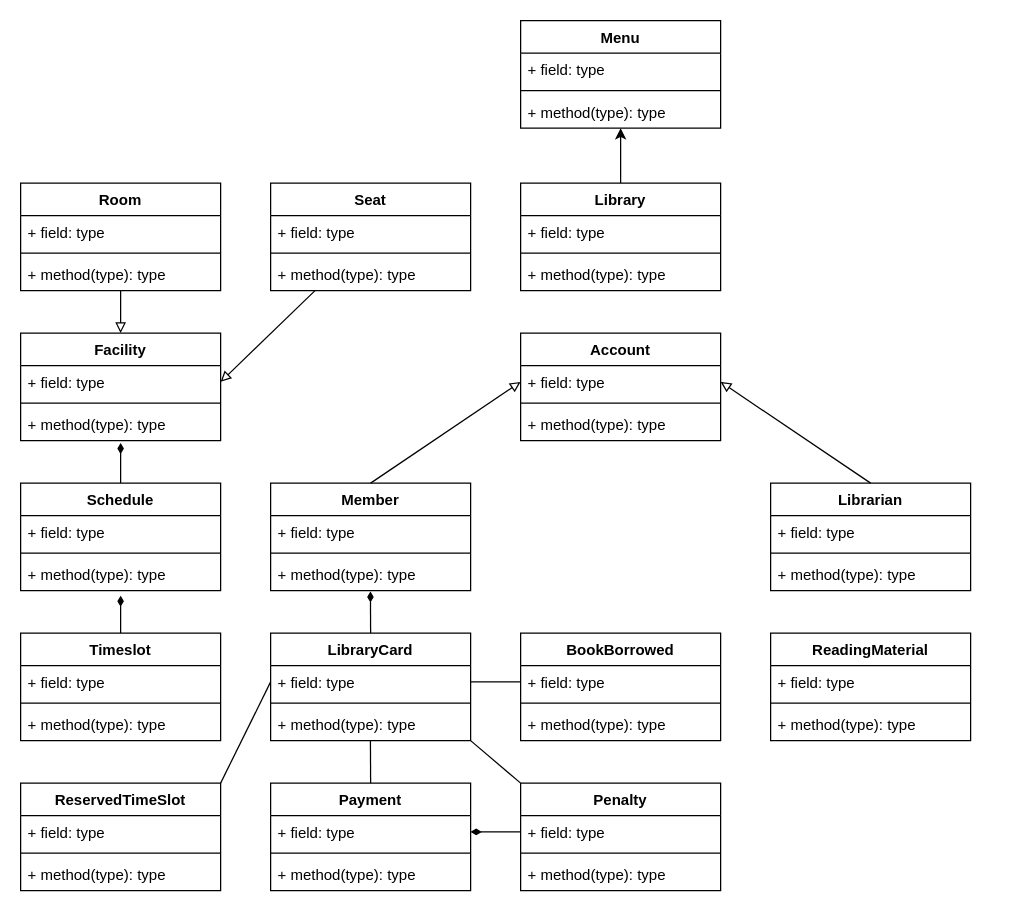
FenrirChiew/HoloLib keeps this draw.io diagram as Class Diagram - Library System.drawio. Above is the earlier version. Source tidied: cells renumbered, new cells numbered last; positions are measured from the earlier drawing's top-left corner, leaving out a move shared by most shapes. Both pictures are drawn from the tidied source at 125%, with x=0, y=0 at pixel (20, 20).
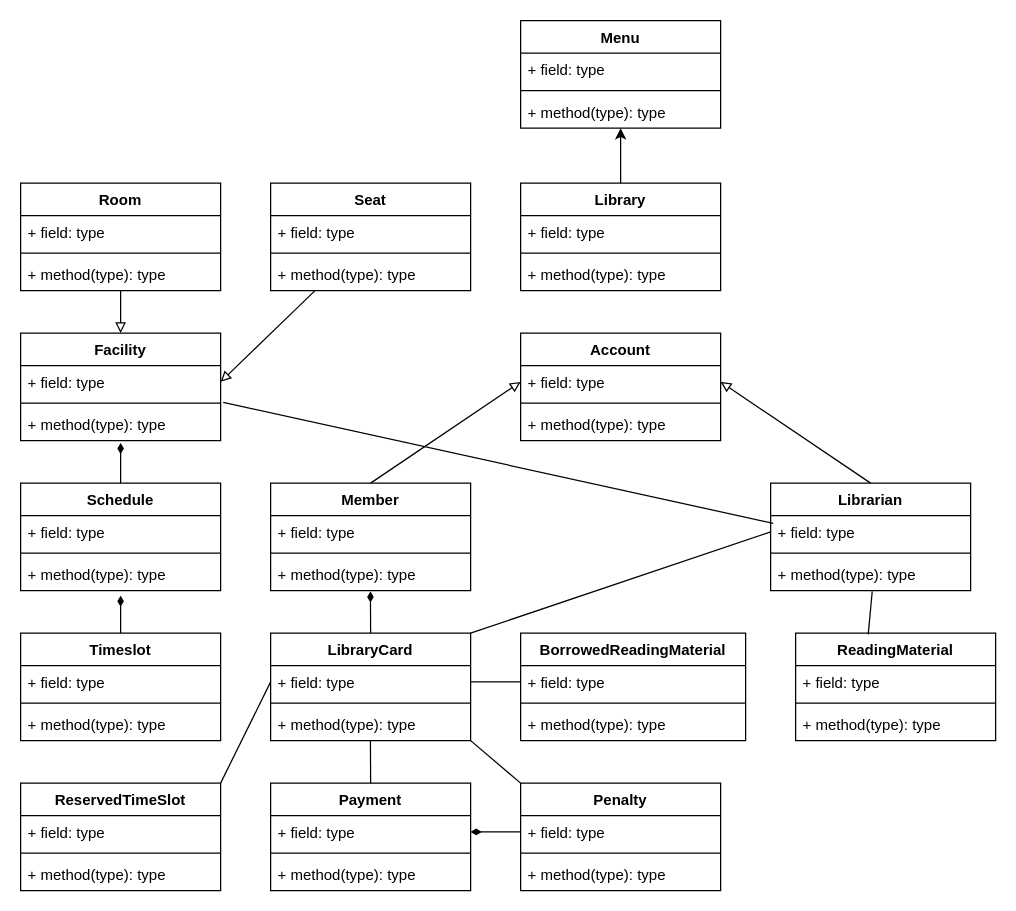
The same diagram, later.

Commit message:
update class diagram

Unchanged cells that the change refers to:
```xml
<mxCell id="13" value="+ field: type" style="text;strokeColor=none;fillColor=none;align=left;verticalAlign=top;spacingLeft=4;spacingRight=4;overflow=hidden;points=[[0,0.5],[1,0.5]];portConstraint=eastwest;" parent="12" vertex="1">
  <mxGeometry y="26" width="160" height="26" as="geometry" />
</mxCell>
<mxCell id="26" value="+ field: type" style="text;strokeColor=none;fillColor=none;align=left;verticalAlign=top;spacingLeft=4;spacingRight=4;overflow=hidden;points=[[0,0.5],[1,0.5]];portConstraint=eastwest;" parent="25" vertex="1">
  <mxGeometry y="26" width="160" height="26" as="geometry" />
</mxCell>
<mxCell id="28" value="+ method(type): type" style="text;strokeColor=none;fillColor=none;align=left;verticalAlign=top;spacingLeft=4;spacingRight=4;overflow=hidden;points=[[0,0.5],[1,0.5]];portConstraint=eastwest;" parent="25" vertex="1">
  <mxGeometry y="60" width="160" height="26" as="geometry" />
</mxCell>
<mxCell id="34" value="LibraryCard" style="swimlane;fontStyle=1;align=center;verticalAlign=top;horizontal=1;startSize=26;" parent="1" vertex="1">
  <mxGeometry x="200" y="490" width="160" height="86" as="geometry" />
</mxCell>
```

The edit, as a diff of the source:
```diff
@@
     <mxCell id="48" value="ReadingMaterial" style="swimlane;fontStyle=1;align=center;verticalAlign=top;horizontal=1;startSize=26;" parent="1" vertex="1">
-      <mxGeometry x="600" y="490" width="160" height="86" as="geometry" />
+      <mxGeometry x="620" y="490" width="160" height="86" as="geometry" />
     </mxCell>
@@
-    <mxCell id="70" value="BookBorrowed" style="swimlane;fontStyle=1;align=center;verticalAlign=top;horizontal=1;startSize=26;" parent="1" vertex="1">
-      <mxGeometry x="400" y="490" width="160" height="86" as="geometry" />
+    <mxCell id="70" value="BorrowedReadingMaterial" style="swimlane;fontStyle=1;align=center;verticalAlign=top;horizontal=1;startSize=26;" parent="1" vertex="1">
+      <mxGeometry x="400" y="490" width="180" height="86" as="geometry" />
     </mxCell>
     <mxCell id="71" value="+ field: type" style="text;strokeColor=none;fillColor=none;align=left;verticalAlign=top;spacingLeft=4;spacingRight=4;overflow=hidden;points=[[0,0.5],[1,0.5]];portConstraint=eastwest;" parent="70" vertex="1">
-      <mxGeometry y="26" width="160" height="26" as="geometry" />
+      <mxGeometry y="26" width="180" height="26" as="geometry" />
     </mxCell>
     <mxCell id="72" style="line;strokeWidth=1;fillColor=none;align=left;verticalAlign=middle;spacingTop=-1;spacingLeft=3;spacingRight=3;labelPosition=right;" parent="70" vertex="1">
-      <mxGeometry y="52" width="160" height="8" as="geometry" />
+      <mxGeometry y="52" width="180" height="8" as="geometry" />
     </mxCell>
     <mxCell id="73" value="+ method(type): type" style="text;strokeColor=none;fillColor=none;align=left;verticalAlign=top;spacingLeft=4;spacingRight=4;overflow=hidden;" parent="70" vertex="1">
-      <mxGeometry y="60" width="160" height="26" as="geometry" />
+      <mxGeometry y="60" width="180" height="26" as="geometry" />
     </mxCell>
@@
+    <mxCell id="79" style="endArrow=none;html=1;exitX=1;exitY=0;exitDx=0;exitDy=0;entryX=0;entryY=0.5;entryDx=0;entryDy=0;" parent="1" edge="1" source="34" target="26">
+      <mxGeometry relative="1" as="geometry" />
+    </mxCell>
+    <mxCell id="80" style="endArrow=none;html=1;exitX=0.508;exitY=1.023;exitDx=0;exitDy=0;exitPerimeter=0;entryX=0.363;entryY=0.012;entryDx=0;entryDy=0;entryPerimeter=0;" parent="1" edge="1" source="28" target="48">
+      <mxGeometry relative="1" as="geometry" />
+    </mxCell>
+    <mxCell id="81" style="endArrow=none;html=1;exitX=1.013;exitY=1.131;exitDx=0;exitDy=0;exitPerimeter=0;entryX=0.013;entryY=0.238;entryDx=0;entryDy=0;entryPerimeter=0;" parent="1" edge="1" source="13" target="26">
+      <mxGeometry relative="1" as="geometry" />
+    </mxCell>
```
